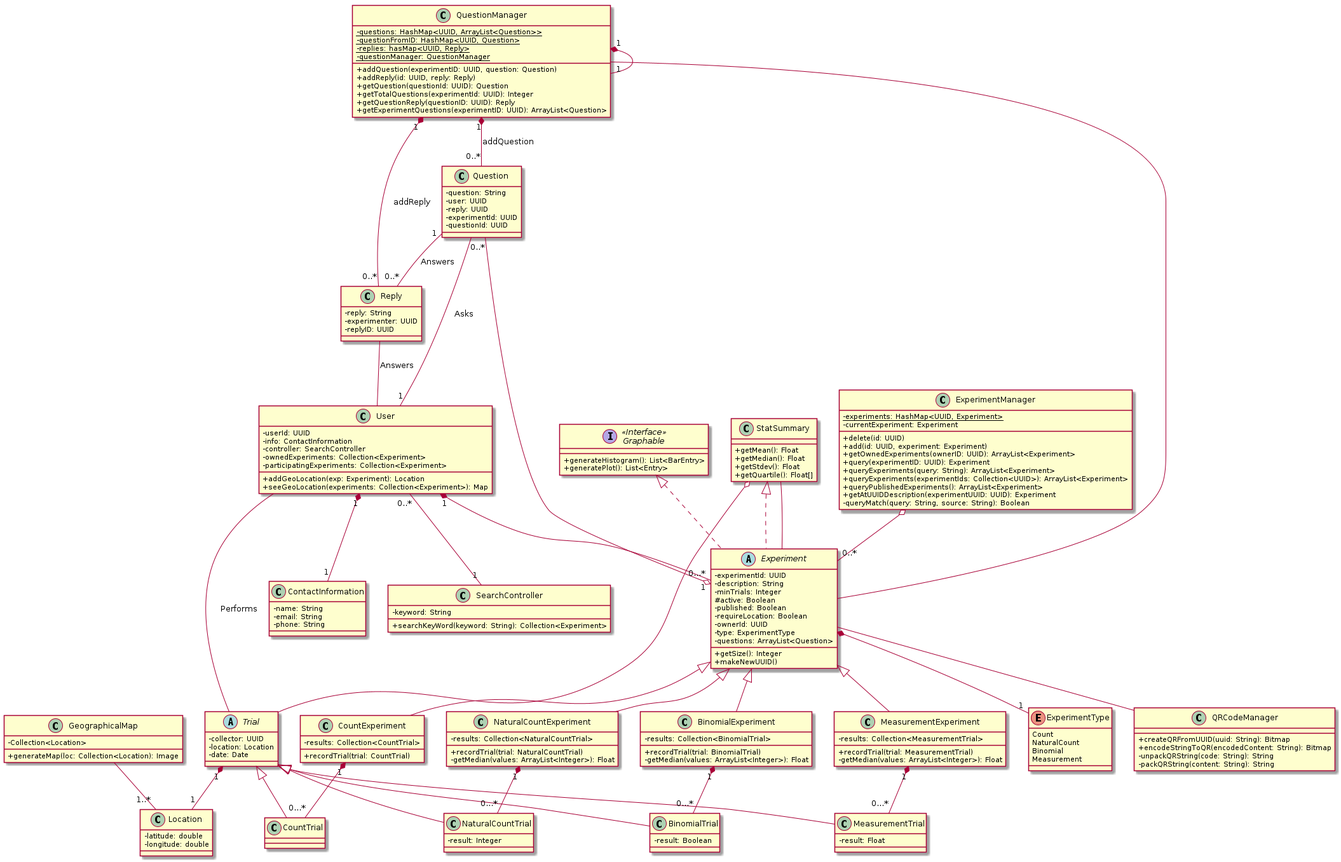
CMPUT301W21T03/Experiment-Automata keeps this PlantUML diagram as doc/uml/UML.png. Above is the earlier version.
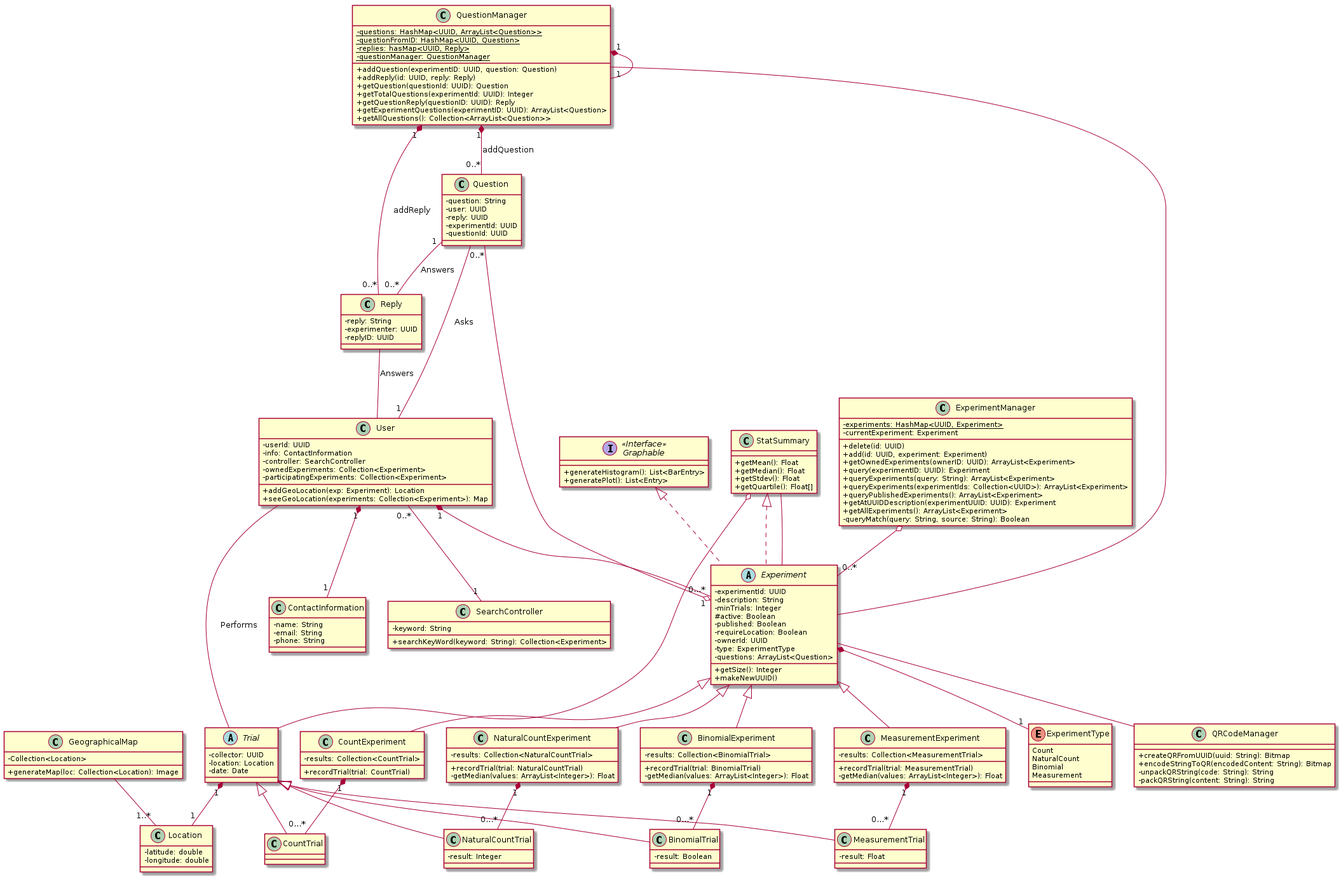
Above is the later version.

Diff of the diagram source:
```diff
@@ -24,6 +24,7 @@
    + queryExperiments(experimentIds: Collection<UUID>): ArrayList<Experiment>
    + queryPublishedExperiments(): ArrayList<Experiment>
    + getAtUUIDDescription(experimentUUID: UUID): Experiment
+   + getAllExperiments(): ArrayList<Experiment>
    - queryMatch(query: String, source: String): Boolean
 }
 
@@ -61,6 +62,7 @@
     + getTotalQuestions(experimentId: UUID): Integer
     + getQuestionReply(questionID: UUID): Reply
     + getExperimentQuestions(experimentID: UUID): ArrayList<Question>
+    + getAllQuestions(): Collection<ArrayList<Question>>
 
 }
 
```
